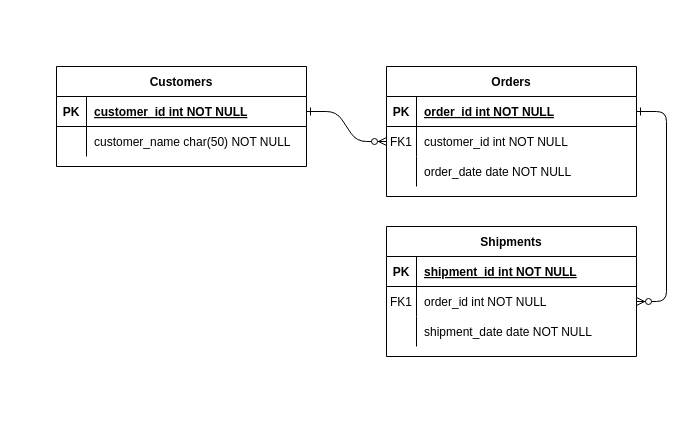
Earlier version of the draw.io diagram Untitled Diagram.drawio (Mveer100/LightBnB). Source tidied: cells renumbered, new cells numbered last; positions are measured from the earlier drawing's top-left corner, leaving out a move shared by most shapes. Both pictures are drawn from the tidied source at 100%, with x=0, y=0 at pixel (56, 66).
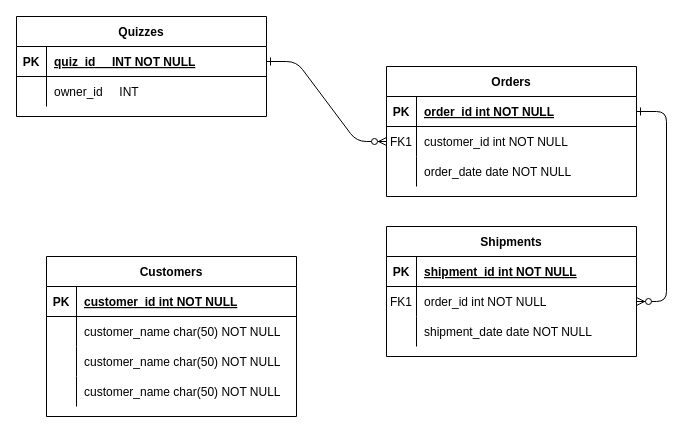
After the change.

Unchanged cells that the change refers to:
```xml
<mxCell id="25" style="shape=partialRectangle;fillColor=none;points=[[0,0.5],[1,0.5]];portConstraint=eastwest;top=0;left=0;right=0;bottom=1;" parent="24" vertex="1">
  <mxGeometry y="30" width="250" height="30" as="geometry" />
</mxCell>
<mxCell id="28" style="shape=partialRectangle;fillColor=none;top=0;left=0;right=0;bottom=0;" parent="24" vertex="1">
  <mxGeometry y="60" width="250" height="30" as="geometry" />
</mxCell>
```

What changed in the source:
```diff
@@
-    <mxCell id="24" value="Customers" style="shape=table;startSize=30;childLayout=tableLayout;rowLines=0;fontStyle=1;align=center;" parent="1" vertex="1">
-      <mxGeometry width="250" height="100" as="geometry" />
+    <mxCell id="24" value="Quizzes" style="shape=table;startSize=30;childLayout=tableLayout;rowLines=0;fontStyle=1;align=center;" parent="1" vertex="1">
+      <mxGeometry x="-40" y="-50" width="250" height="100" as="geometry" />
     </mxCell>
@@
-    <mxCell id="27" value="customer_id int NOT NULL " style="shape=partialRectangle;overflow=hidden;fillColor=none;top=0;left=0;bottom=0;right=0;align=left;spacingLeft=6;fontStyle=5;" parent="25" vertex="1">
+    <mxCell id="27" value="quiz_id     INT NOT NULL " style="shape=partialRectangle;overflow=hidden;fillColor=none;top=0;left=0;bottom=0;right=0;align=left;spacingLeft=6;fontStyle=5;" parent="25" vertex="1">
       <mxGeometry x="30" width="220" height="30" as="geometry" />
     </mxCell>
@@
-    <mxCell id="30" value="customer_name char(50) NOT NULL" style="shape=partialRectangle;overflow=hidden;fillColor=none;top=0;left=0;bottom=0;right=0;align=left;spacingLeft=6;" parent="28" vertex="1">
+    <mxCell id="30" value="owner_id     INT" style="shape=partialRectangle;overflow=hidden;fillColor=none;top=0;left=0;bottom=0;right=0;align=left;spacingLeft=6;fontStyle=0;" parent="28" vertex="1">
       <mxGeometry x="30" width="220" height="30" as="geometry" />
     </mxCell>
+    <mxCell id="31" value="Customers" style="shape=table;startSize=30;childLayout=tableLayout;rowLines=0;fontStyle=1;align=center;" parent="1" vertex="1">
+      <mxGeometry x="-10" y="190" width="250" height="160" as="geometry" />
+    </mxCell>
+    <mxCell id="32" style="shape=partialRectangle;fillColor=none;top=0;left=0;right=0;bottom=1;" parent="31" vertex="1">
+      <mxGeometry y="30" width="250" height="30" as="geometry" />
+    </mxCell>
+    <mxCell id="33" value="PK" style="shape=partialRectangle;overflow=hidden;fillColor=none;top=0;left=0;bottom=0;right=0;fontStyle=1;" parent="32" vertex="1">
+      <mxGeometry width="30" height="30" as="geometry" />
+    </mxCell>
+    <mxCell id="34" value="customer_id int NOT NULL " style="shape=partialRectangle;overflow=hidden;fillColor=none;top=0;left=0;bottom=0;right=0;align=left;spacingLeft=6;fontStyle=5;" parent="32" vertex="1">
+      <mxGeometry x="30" width="220" height="30" as="geometry" />
+    </mxCell>
+    <mxCell id="35" style="shape=partialRectangle;fillColor=none;top=0;left=0;right=0;bottom=0;" parent="31" vertex="1">
+      <mxGeometry y="60" width="250" height="30" as="geometry" />
+    </mxCell>
+    <mxCell id="36" style="shape=partialRectangle;overflow=hidden;fillColor=none;top=0;left=0;bottom=0;right=0;" parent="35" vertex="1">
+      <mxGeometry width="30" height="30" as="geometry" />
+    </mxCell>
+    <mxCell id="37" value="customer_name char(50) NOT NULL" style="shape=partialRectangle;overflow=hidden;fillColor=none;top=0;left=0;bottom=0;right=0;align=left;spacingLeft=6;" parent="35" vertex="1">
+      <mxGeometry x="30" width="220" height="30" as="geometry" />
+    </mxCell>
+    <mxCell id="38" style="shape=partialRectangle;fillColor=none;top=0;left=0;right=0;bottom=0;" parent="31" vertex="1">
+      <mxGeometry y="90" width="250" height="30" as="geometry" />
+    </mxCell>
+    <mxCell id="39" style="shape=partialRectangle;overflow=hidden;fillColor=none;top=0;left=0;bottom=0;right=0;" parent="38" vertex="1">
+      <mxGeometry width="30" height="30" as="geometry" />
+    </mxCell>
+    <mxCell id="40" value="customer_name char(50) NOT NULL" style="shape=partialRectangle;overflow=hidden;fillColor=none;top=0;left=0;bottom=0;right=0;align=left;spacingLeft=6;" parent="38" vertex="1">
+      <mxGeometry x="30" width="220" height="30" as="geometry" />
+    </mxCell>
+    <mxCell id="41" style="shape=partialRectangle;fillColor=none;top=0;left=0;right=0;bottom=0;" parent="31" vertex="1">
+      <mxGeometry y="120" width="250" height="30" as="geometry" />
+    </mxCell>
+    <mxCell id="42" style="shape=partialRectangle;overflow=hidden;fillColor=none;top=0;left=0;bottom=0;right=0;" parent="41" vertex="1">
+      <mxGeometry width="30" height="30" as="geometry" />
+    </mxCell>
+    <mxCell id="43" value="customer_name char(50) NOT NULL" style="shape=partialRectangle;overflow=hidden;fillColor=none;top=0;left=0;bottom=0;right=0;align=left;spacingLeft=6;" parent="41" vertex="1">
+      <mxGeometry x="30" width="220" height="30" as="geometry" />
+    </mxCell>
```
